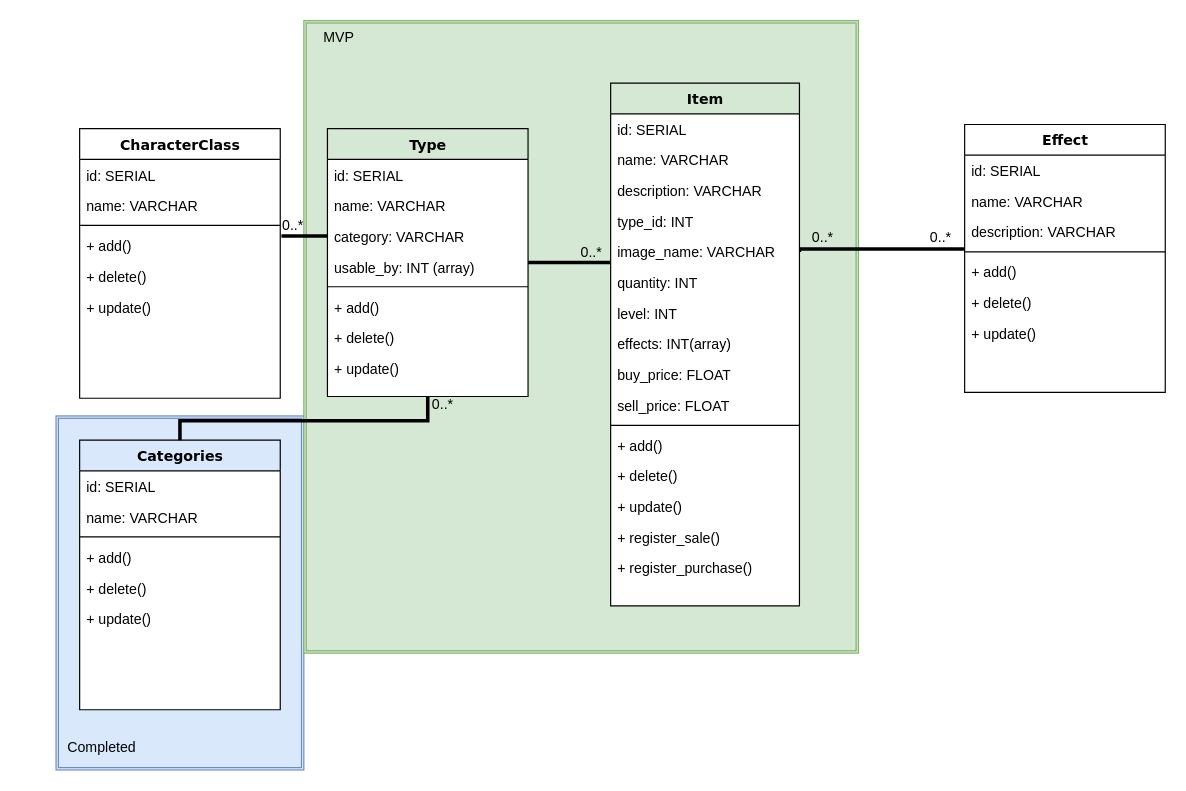
Earlier version of the draw.io diagram documents/Class Diagram.drawio (joshua-gibson/adventurer_shop). Source tidied: cells renumbered, new cells numbered last; positions are measured from the earlier drawing's top-left corner, leaving out a move shared by most shapes. Both pictures are drawn from the tidied source at 118%, with x=0, y=0 at pixel (55, 20).
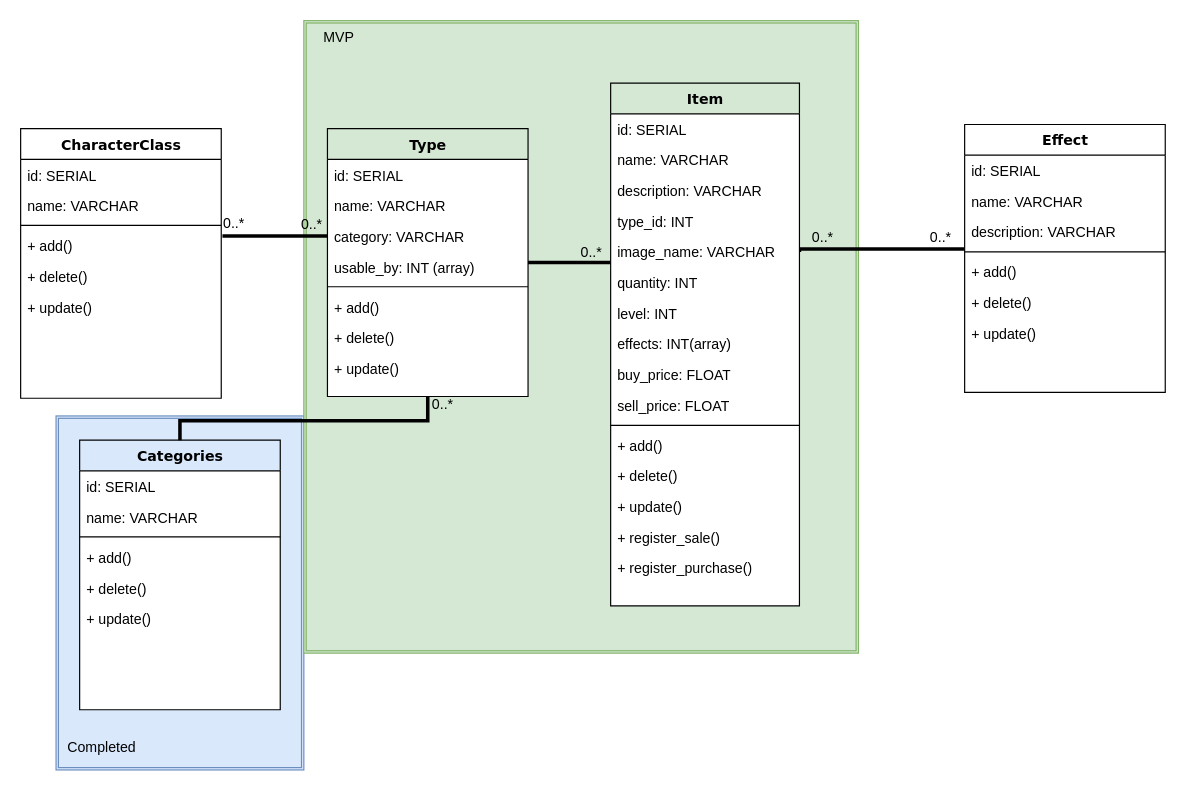
After the change.

What changed in the source:
```diff
@@
     <mxCell id="43" value="CharacterClass" style="swimlane;html=1;fontStyle=1;align=center;verticalAlign=top;horizontal=1;startSize=26;swimlaneFillColor=#ffffff;rounded=0;shadow=0;comic=0;labelBackgroundColor=none;strokeColor=#000000;strokeWidth=1;fillColor=none;fontFamily=Verdana;fontSize=12;fontColor=#000000;" parent="1" vertex="1">
-      <mxGeometry x="20" y="91.5" width="170" height="228.5" as="geometry" />
+      <mxGeometry x="-30" y="91.5" width="170" height="228.5" as="geometry" />
     </mxCell>
@@
     <mxCell id="59" value="0..*" style="text;html=1;strokeColor=none;fillColor=none;align=center;verticalAlign=middle;whiteSpace=wrap;rounded=0;" parent="1" vertex="1">
-      <mxGeometry x="181" y="163.5" width="40" height="20" as="geometry" />
+      <mxGeometry x="131" y="161.5" width="40" height="20" as="geometry" />
     </mxCell>
@@
+    <mxCell id="63" value="0..*" style="text;html=1;strokeColor=none;fillColor=none;align=center;verticalAlign=middle;whiteSpace=wrap;rounded=0;" parent="1" vertex="1">
+      <mxGeometry x="197" y="162.5" width="40" height="20" as="geometry" />
+    </mxCell>
```
